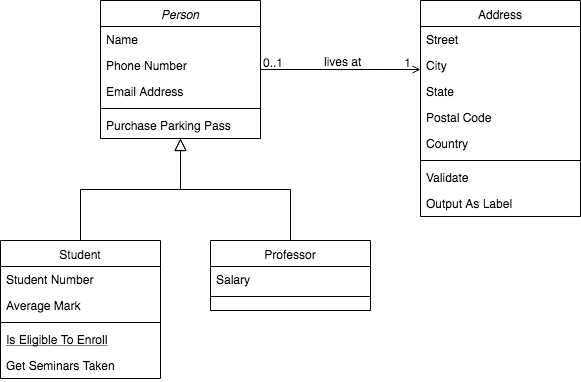
Before: diagram.png, a diagram exported from draw.io (mjdeane/drawio-github). Source tidied: cells renumbered, new cells last; positions are measured from the earlier drawing's top-left corner, leaving out a move shared by most shapes.
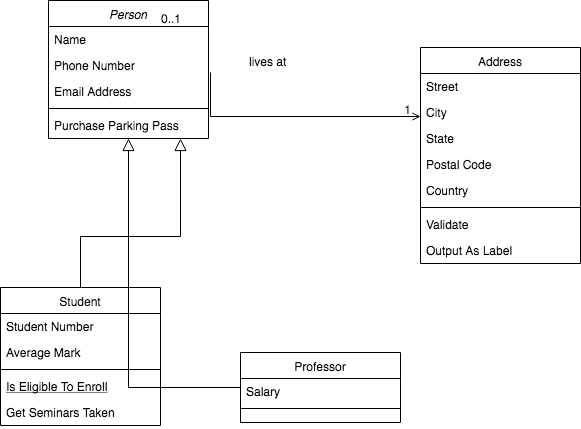
The same diagram one commit later.

What changed in the source:
```diff
@@ -3,7 +3,7 @@
     <mxCell id="0" />
     <mxCell id="1" parent="0" />
     <mxCell id="2" value="Person" style="swimlane;fontStyle=2;align=center;verticalAlign=top;horizontal=1;startSize=26;swimlaneFillColor=#ffffff;rounded=0;shadow=0;strokeWidth=1;" parent="1" vertex="1">
-      <mxGeometry x="100" width="160" height="138" as="geometry" />
+      <mxGeometry x="48" y="-47" width="160" height="138" as="geometry" />
     </mxCell>
     <mxCell id="3" value="Name" style="text;strokeColor=none;fillColor=none;align=left;verticalAlign=top;spacingLeft=4;spacingRight=4;overflow=hidden;" parent="2" vertex="1">
       <mxGeometry y="26" width="160" height="26" as="geometry" />
@@ -47,7 +47,7 @@
       </mxGeometry>
     </mxCell>
     <mxCell id="15" value="Professor" style="swimlane;fontStyle=0;align=center;verticalAlign=top;horizontal=1;startSize=26;swimlaneFillColor=#ffffff;rounded=0;shadow=0;strokeWidth=1;" parent="1" vertex="1">
-      <mxGeometry x="210" y="240" width="160" height="70" as="geometry" />
+      <mxGeometry x="240" y="305" width="160" height="70" as="geometry" />
     </mxCell>
     <mxCell id="16" value="Salary" style="text;strokeColor=none;fillColor=none;align=left;verticalAlign=top;spacingLeft=4;spacingRight=4;overflow=hidden;" parent="15" vertex="1">
       <mxGeometry y="26" width="160" height="26" as="geometry" />
@@ -85,20 +85,18 @@
     <mxCell id="27" value="Output As Label" style="text;strokeColor=none;fillColor=none;align=left;verticalAlign=top;spacingLeft=4;spacingRight=4;overflow=hidden;" parent="19" vertex="1">
       <mxGeometry y="190" width="160" height="26" as="geometry" />
     </mxCell>
-    <mxCell id="28" style="endArrow=open;edgeStyle=orthogonalEdgeStyle;shadow=0;strokeWidth=1;strokeColor=#000000;rounded=0;endFill=1;" parent="1" edge="1">
+    <mxCell id="28" style="endArrow=open;edgeStyle=orthogonalEdgeStyle;shadow=0;strokeWidth=1;strokeColor=#000000;rounded=0;endFill=1;exitX=1.013;exitY=0.769;exitPerimeter=0;" parent="1" edge="1" source="4">
       <mxGeometry x="0.5" y="41" relative="1" as="geometry">
-        <mxPoint x="260" y="69" as="sourcePoint" />
         <mxPoint x="420" y="69" as="targetPoint" />
         <Array as="points">
-          <mxPoint x="380" y="69" />
-          <mxPoint x="380" y="69" />
+          <mxPoint x="210" y="69" />
         </Array>
         <mxPoint x="-40" y="32" as="offset" />
       </mxGeometry>
     </mxCell>
     <mxCell id="29" value="0..1" style="align=left;verticalAlign=bottom;labelBackgroundColor=none;fontSize=12;" parent="28" vertex="1">
       <mxGeometry x="-1" relative="1" as="geometry">
-        <mxPoint y="4" as="offset" />
+        <mxPoint x="-52" y="-43" as="offset" />
       </mxGeometry>
     </mxCell>
     <mxCell id="30" value="1" style="align=right;verticalAlign=bottom;labelBackgroundColor=none;fontSize=12;" parent="28" vertex="1">
@@ -108,7 +106,7 @@
     </mxCell>
     <mxCell id="31" value="lives at" style="text;html=1;align=center;verticalAlign=middle;labelBackgroundColor=none;rounded=0;shadow=0;strokeWidth=1;fontSize=12;" parent="28" vertex="1">
       <mxGeometry x="0.5" y="49" relative="1" as="geometry">
-        <mxPoint x="-38" y="40" as="offset" />
+        <mxPoint x="-90" y="-7" as="offset" />
       </mxGeometry>
     </mxCell>
   </root>
```
